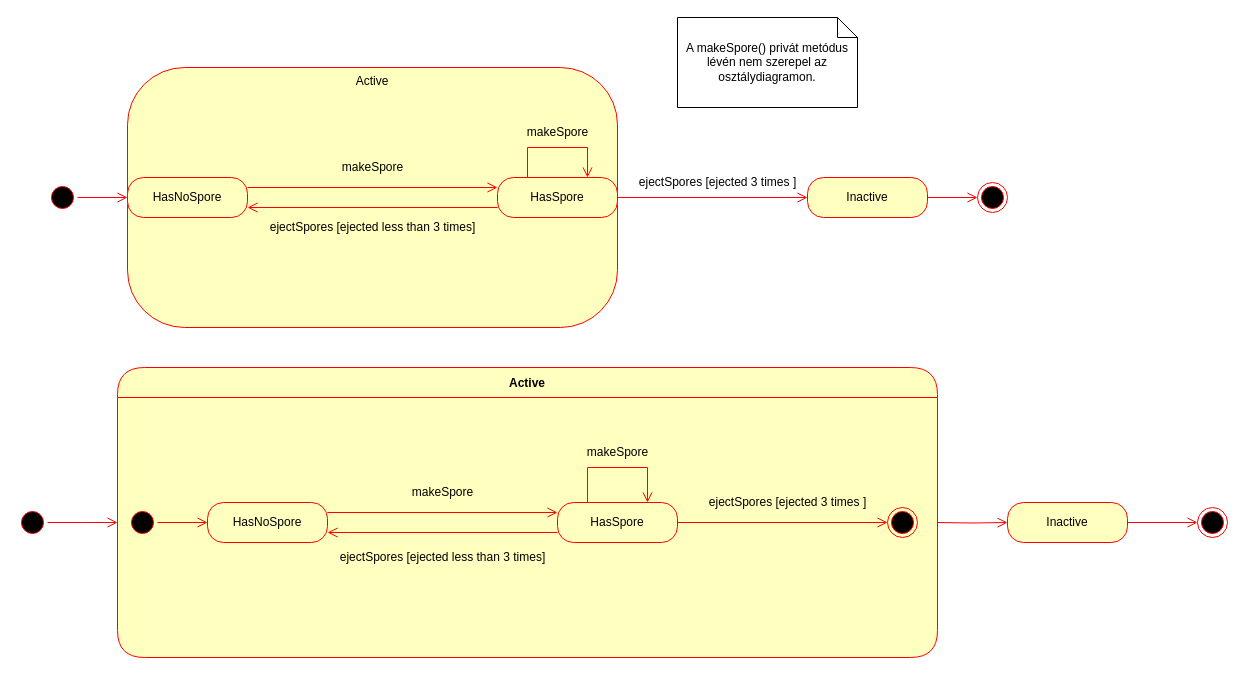
Above: page "MushroomBody" (2 of 2) of StateChartok.drawio in koharzsombor/bandITs (draw.io), before the change. Source tidied: cells renumbered, new cells numbered last; positions are measured from the earlier drawing's top-left corner, leaving out a move shared by most shapes. Both pictures are drawn from the tidied source at 100%, with x=0, y=0 at pixel (17, 17).
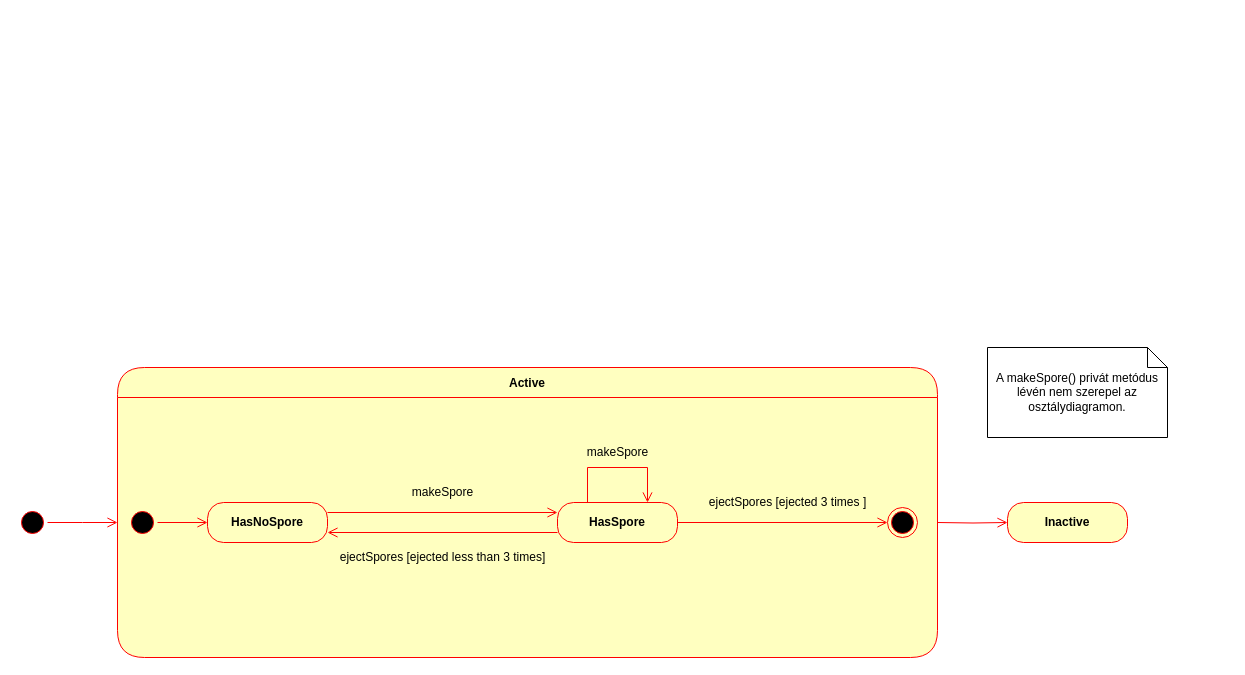
The same page after the edit.

The edit, as a diff of the source:
```diff
@@
-    <mxCell id="2" value="Active" style="rounded=1;whiteSpace=wrap;html=1;arcSize=22;fontColor=#000000;fillColor=#ffffc0;strokeColor=#ff0000;rotation=0;verticalAlign=top;glass=0;shadow=0;" parent="1" vertex="1">
-      <mxGeometry x="110" y="50" width="490" height="260" as="geometry" />
-    </mxCell>
-    <mxCell id="3" value="Inactive" style="rounded=1;whiteSpace=wrap;html=1;arcSize=40;fontColor=#000000;fillColor=#ffffc0;strokeColor=#ff0000;" parent="1" vertex="1">
-      <mxGeometry x="790" y="160" width="120" height="40" as="geometry" />
-    </mxCell>
     <mxCell id="4" value="A makeSpore() privát metódus lévén nem szerepel az osztálydiagramon." style="shape=note;size=20;whiteSpace=wrap;html=1;" parent="1" vertex="1">
-      <mxGeometry x="660" width="180" height="90" as="geometry" />
+      <mxGeometry x="970" y="330" width="180" height="90" as="geometry" />
     </mxCell>
-    <mxCell id="5" style="ellipse;html=1;shape=startState;fillColor=#000000;strokeColor=#ff0000;" parent="1" vertex="1">
-      <mxGeometry x="30" y="165" width="30" height="30" as="geometry" />
-    </mxCell>
-    <mxCell id="6" style="ellipse;html=1;shape=endState;fillColor=#000000;strokeColor=#ff0000;" parent="1" vertex="1">
-      <mxGeometry x="960" y="165" width="30" height="30" as="geometry" />
-    </mxCell>
-    <mxCell id="7" style="edgeStyle=orthogonalEdgeStyle;html=1;verticalAlign=bottom;endArrow=open;endSize=8;strokeColor=#ff0000;rounded=0;exitX=1;exitY=0.5;exitDx=0;exitDy=0;entryX=0;entryY=0.5;entryDx=0;entryDy=0;" parent="1" edge="1" source="3" target="6">
-      <mxGeometry relative="1" as="geometry" />
-    </mxCell>
@@
-    <mxCell id="9" value="HasNoSpore" style="rounded=1;whiteSpace=wrap;html=1;arcSize=40;fontColor=#000000;fillColor=#ffffc0;strokeColor=#ff0000;" parent="1" vertex="1">
-      <mxGeometry x="110" y="160" width="120" height="40" as="geometry" />
-    </mxCell>
-    <mxCell id="10" style="edgeStyle=orthogonalEdgeStyle;html=1;verticalAlign=bottom;endArrow=open;endSize=8;strokeColor=#ff0000;rounded=0;entryX=0;entryY=0.5;entryDx=0;entryDy=0;" parent="1" edge="1" source="5" target="9">
-      <mxGeometry relative="1" as="geometry" />
-    </mxCell>
-    <mxCell id="11" value="HasSpore" style="rounded=1;whiteSpace=wrap;html=1;arcSize=40;fontColor=#000000;fillColor=#ffffc0;strokeColor=#ff0000;" parent="1" vertex="1">
-      <mxGeometry x="480" y="160" width="120" height="40" as="geometry" />
-    </mxCell>
-    <mxCell id="12" style="edgeStyle=orthogonalEdgeStyle;html=1;verticalAlign=bottom;endArrow=open;endSize=8;strokeColor=#ff0000;rounded=0;entryX=1;entryY=0.75;entryDx=0;entryDy=0;exitX=0;exitY=0.75;exitDx=0;exitDy=0;" parent="1" edge="1" source="11" target="9">
-      <mxGeometry relative="1" as="geometry" />
-    </mxCell>
-    <mxCell id="13" style="edgeStyle=orthogonalEdgeStyle;html=1;verticalAlign=bottom;endArrow=open;endSize=8;strokeColor=#ff0000;rounded=0;exitX=1;exitY=0.25;exitDx=0;exitDy=0;entryX=0;entryY=0.25;entryDx=0;entryDy=0;" parent="1" edge="1" source="9" target="11">
-      <mxGeometry relative="1" as="geometry" />
-    </mxCell>
-    <mxCell id="14" style="edgeStyle=orthogonalEdgeStyle;html=1;verticalAlign=bottom;endArrow=open;endSize=8;strokeColor=#ff0000;rounded=0;exitX=0.25;exitY=0;exitDx=0;exitDy=0;entryX=0.75;entryY=0;entryDx=0;entryDy=0;" parent="1" edge="1" source="11" target="11">
-      <mxGeometry relative="1" as="geometry">
-        <Array as="points">
-          <mxPoint x="510" y="130" />
-          <mxPoint x="570" y="130" />
-        </Array>
-      </mxGeometry>
-    </mxCell>
-    <mxCell id="15" value="makeSpore" style="text;html=1;align=center;verticalAlign=middle;strokeColor=none;fillColor=none;" parent="1" vertex="1">
-      <mxGeometry x="315" y="135" width="80" height="30" as="geometry" />
-    </mxCell>
-    <mxCell id="16" value="ejectSpores [ejected less than 3 times]" style="text;html=1;align=center;verticalAlign=middle;strokeColor=none;fillColor=none;" parent="1" vertex="1">
-      <mxGeometry x="240" y="195" width="230" height="30" as="geometry" />
-    </mxCell>
-    <mxCell id="17" value="ejectSpores [ejected 3 times ]" style="text;html=1;align=center;verticalAlign=middle;strokeColor=none;fillColor=none;" parent="1" vertex="1">
-      <mxGeometry x="610" y="150" width="180" height="30" as="geometry" />
-    </mxCell>
-    <mxCell id="18" style="edgeStyle=orthogonalEdgeStyle;html=1;verticalAlign=bottom;endArrow=open;endSize=8;strokeColor=#ff0000;rounded=0;exitX=1;exitY=0.5;exitDx=0;exitDy=0;entryX=0;entryY=0.5;entryDx=0;entryDy=0;" parent="1" edge="1" source="11" target="3">
-      <mxGeometry relative="1" as="geometry" />
-    </mxCell>
-    <mxCell id="19" value="makeSpore" style="text;html=1;align=center;verticalAlign=middle;strokeColor=none;fillColor=none;" parent="1" vertex="1">
-      <mxGeometry x="500" y="100" width="80" height="30" as="geometry" />
-    </mxCell>
@@
-    <mxCell id="24" value="HasNoSpore" style="rounded=1;whiteSpace=wrap;html=1;arcSize=40;fontColor=#000000;fillColor=#ffffc0;strokeColor=#ff0000;" parent="1" vertex="1">
+    <mxCell id="24" value="&lt;b&gt;HasNoSpore&lt;/b&gt;" style="rounded=1;whiteSpace=wrap;html=1;arcSize=40;fontColor=#000000;fillColor=#ffffc0;strokeColor=#ff0000;" parent="1" vertex="1">
       <mxGeometry x="190" y="485" width="120" height="40" as="geometry" />
     </mxCell>
@@
-    <mxCell id="26" value="HasSpore" style="rounded=1;whiteSpace=wrap;html=1;arcSize=40;fontColor=#000000;fillColor=#ffffc0;strokeColor=#ff0000;" parent="1" vertex="1">
+    <mxCell id="26" value="&lt;b&gt;HasSpore&lt;/b&gt;" style="rounded=1;whiteSpace=wrap;html=1;arcSize=40;fontColor=#000000;fillColor=#ffffc0;strokeColor=#ff0000;" parent="1" vertex="1">
       <mxGeometry x="540" y="485" width="120" height="40" as="geometry" />
     </mxCell>
@@
-    <mxCell id="36" value="Inactive" style="rounded=1;whiteSpace=wrap;html=1;arcSize=40;fontColor=#000000;fillColor=#ffffc0;strokeColor=#ff0000;" parent="1" vertex="1">
+    <mxCell id="36" value="&lt;b&gt;Inactive&lt;/b&gt;" style="rounded=1;whiteSpace=wrap;html=1;arcSize=40;fontColor=#000000;fillColor=#ffffc0;strokeColor=#ff0000;" parent="1" vertex="1">
       <mxGeometry x="990" y="485" width="120" height="40" as="geometry" />
     </mxCell>
-    <mxCell id="37" style="ellipse;html=1;shape=endState;fillColor=#000000;strokeColor=#ff0000;" parent="1" vertex="1">
-      <mxGeometry x="1180" y="490" width="30" height="30" as="geometry" />
-    </mxCell>
-    <mxCell id="38" style="edgeStyle=orthogonalEdgeStyle;html=1;verticalAlign=bottom;endArrow=open;endSize=8;strokeColor=#ff0000;rounded=0;exitX=1;exitY=0.5;exitDx=0;exitDy=0;entryX=0;entryY=0.5;entryDx=0;entryDy=0;" parent="1" edge="1" source="36" target="37">
-      <mxGeometry relative="1" as="geometry" />
-    </mxCell>
```
